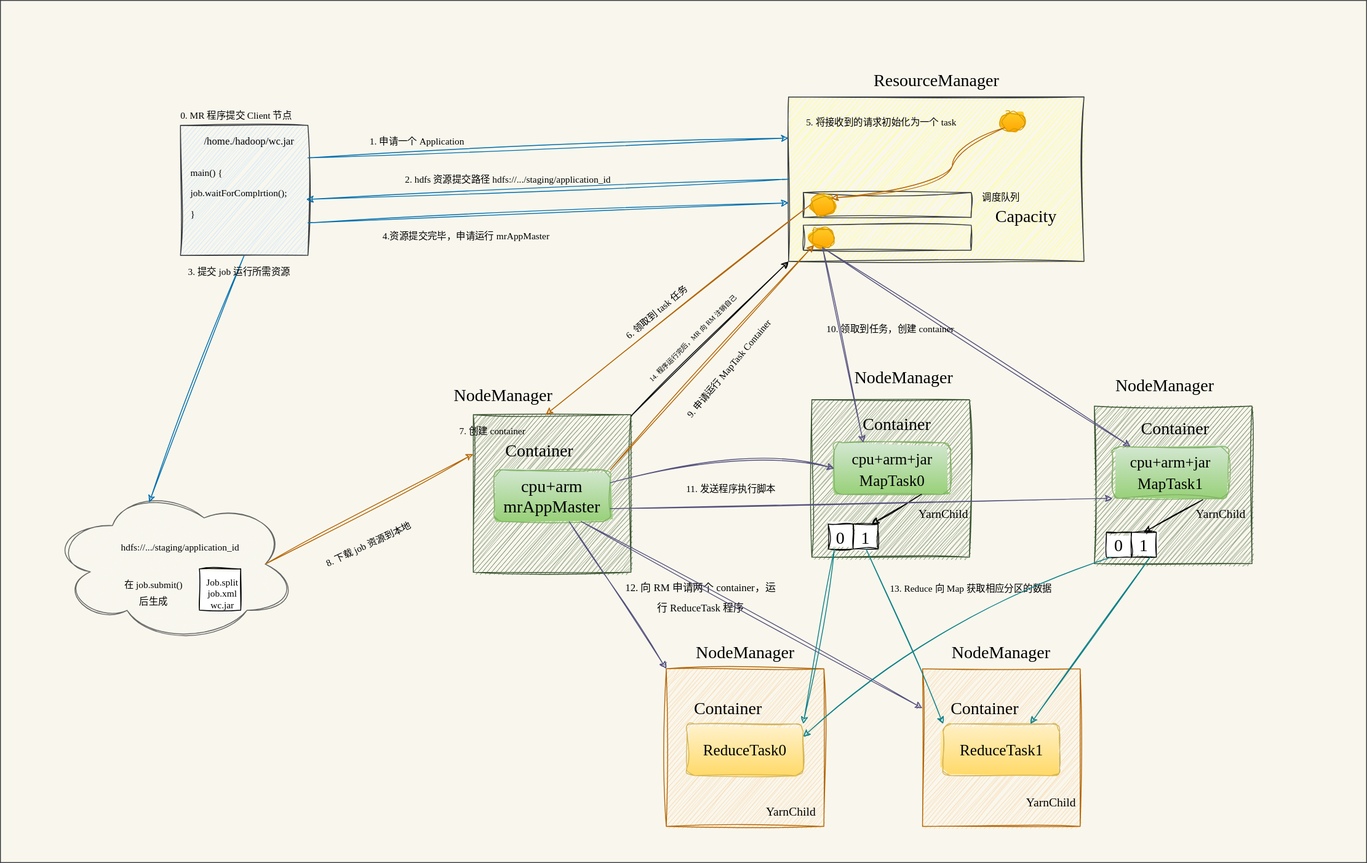
Earlier version of the draw.io export bigdata/hadoop/hadoop-yarn.drawio.svg (QuakeWang/Figure-bed). Source tidied: cells renumbered, new cells last; positions are measured from the earlier drawing's top-left corner, leaving out a move shared by most shapes.
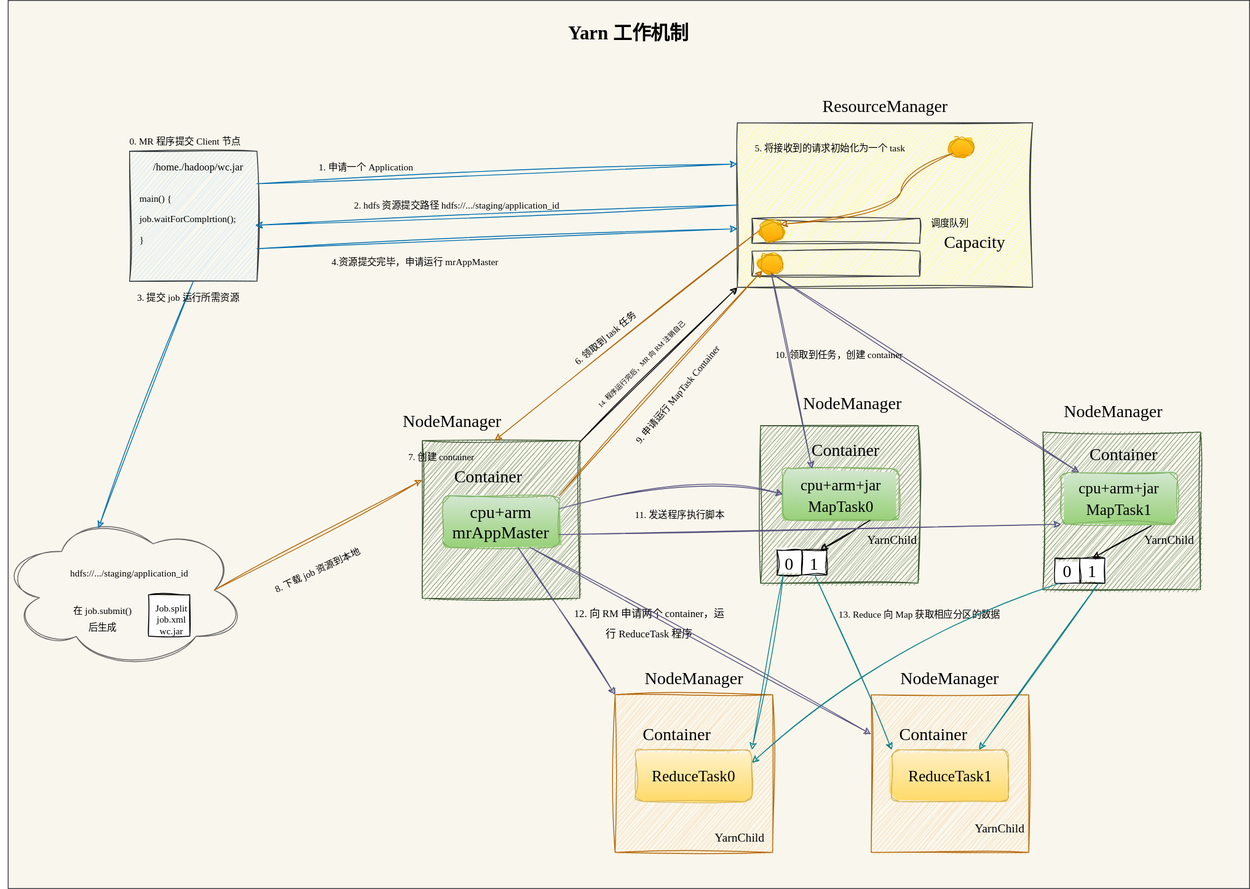
The same diagram one commit later.

Change to the diagram source:
```diff
@@ -3,7 +3,7 @@
     <mxCell id="0" />
     <mxCell id="1" parent="0" />
     <mxCell id="2" style="rounded=0;whiteSpace=wrap;html=1;hachureGap=4;fontFamily=Architects Daughter;fontSource=https%3A%2F%2Ffonts.googleapis.com%2Fcss%3Ffamily%3DArchitects%2BDaughter;fontSize=20;fillColor=#f9f7ed;strokeColor=#36393d;shadow=0;" parent="1" vertex="1">
-      <mxGeometry width="1586" height="1001" as="geometry" />
+      <mxGeometry x="68" y="-30" width="1442" height="1031" as="geometry" />
     </mxCell>
     <mxCell id="3" style="rounded=0;whiteSpace=wrap;html=1;hachureGap=4;fontFamily=Architects Daughter;fontSource=https%3A%2F%2Ffonts.googleapis.com%2Fcss%3Ffamily%3DArchitects%2BDaughter;fontSize=20;fillColor=#cce5ff;strokeColor=#36393d;sketch=1;curveFitting=1;jiggle=2;shadow=0;" parent="1" vertex="1">
       <mxGeometry x="209" y="145" width="148" height="151" as="geometry" />
@@ -269,5 +269,8 @@
     <mxCell id="84" value="&lt;font style=&quot;font-size: 8px;&quot;&gt;14. 程序运行完后，MR 向 RM 注销自己&lt;/font&gt;" style="text;html=1;strokeColor=none;fillColor=none;align=center;verticalAlign=middle;whiteSpace=wrap;rounded=0;fontSize=20;fontFamily=Architects Daughter;rotation=-45;sketch=1;curveFitting=1;jiggle=2;shadow=0;" parent="1" vertex="1">
       <mxGeometry x="690" y="374" width="221" height="30" as="geometry" />
     </mxCell>
+    <mxCell id="85" value="&lt;font style=&quot;font-size: 22px;&quot;&gt;&lt;b&gt;Yarn 工作机制&lt;/b&gt;&lt;/font&gt;" style="text;html=1;strokeColor=none;fillColor=none;align=center;verticalAlign=middle;whiteSpace=wrap;rounded=0;fontSize=20;fontFamily=Architects Daughter;" parent="1" vertex="1">
+      <mxGeometry x="655" y="-6" width="268" height="30" as="geometry" />
+    </mxCell>
   </root>
 </mxGraphModel>
```
